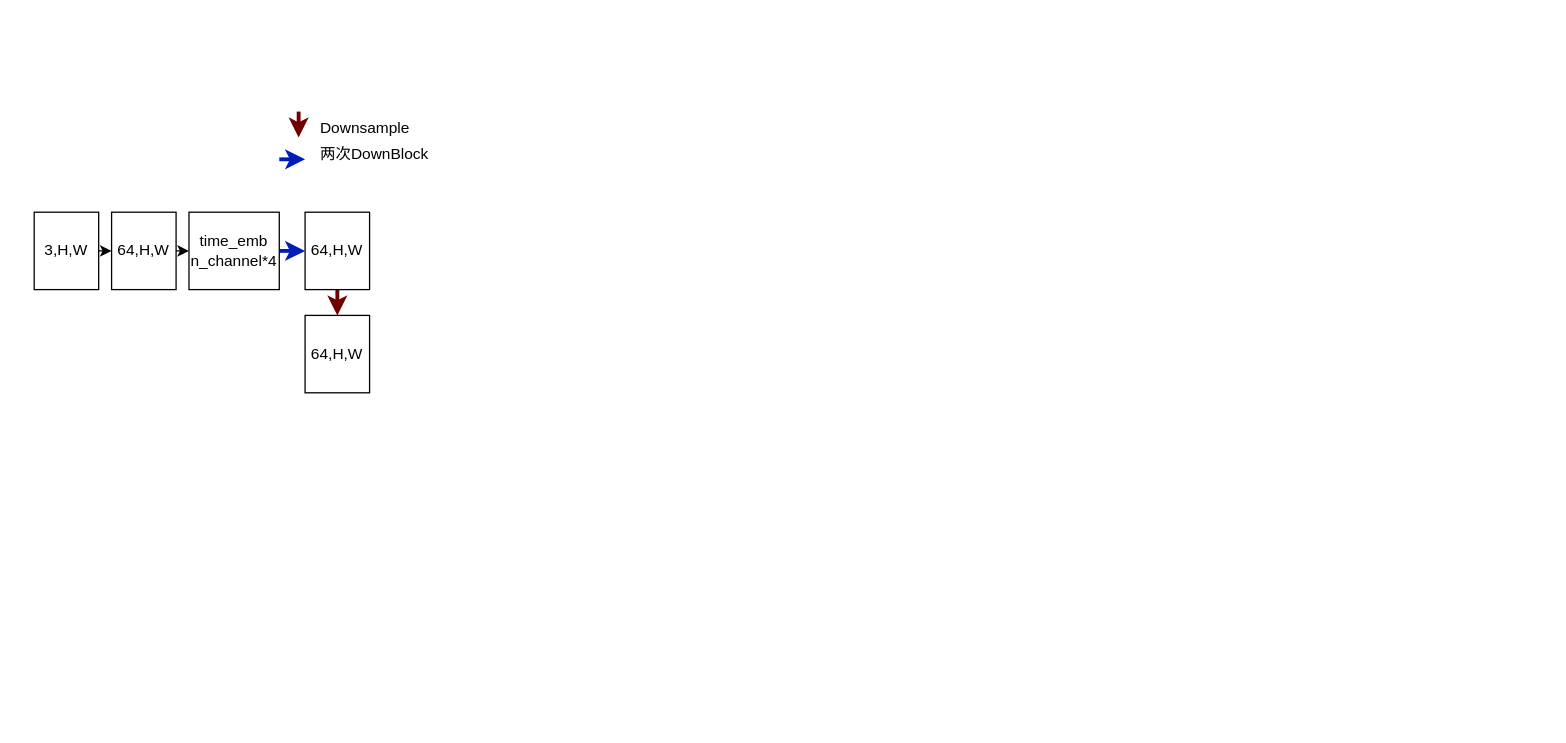
baizhu0414/Diagrams keeps this draw.io diagram as DigitalImageProcessing/DDPM-UNet.drawio. Above is the earlier version. Source tidied: cells renumbered, new cells numbered last; positions are measured from the earlier drawing's top-left corner, leaving out a move shared by most shapes. Both pictures are drawn from the tidied source at 129%, with x=0, y=0 at pixel (34, 108).
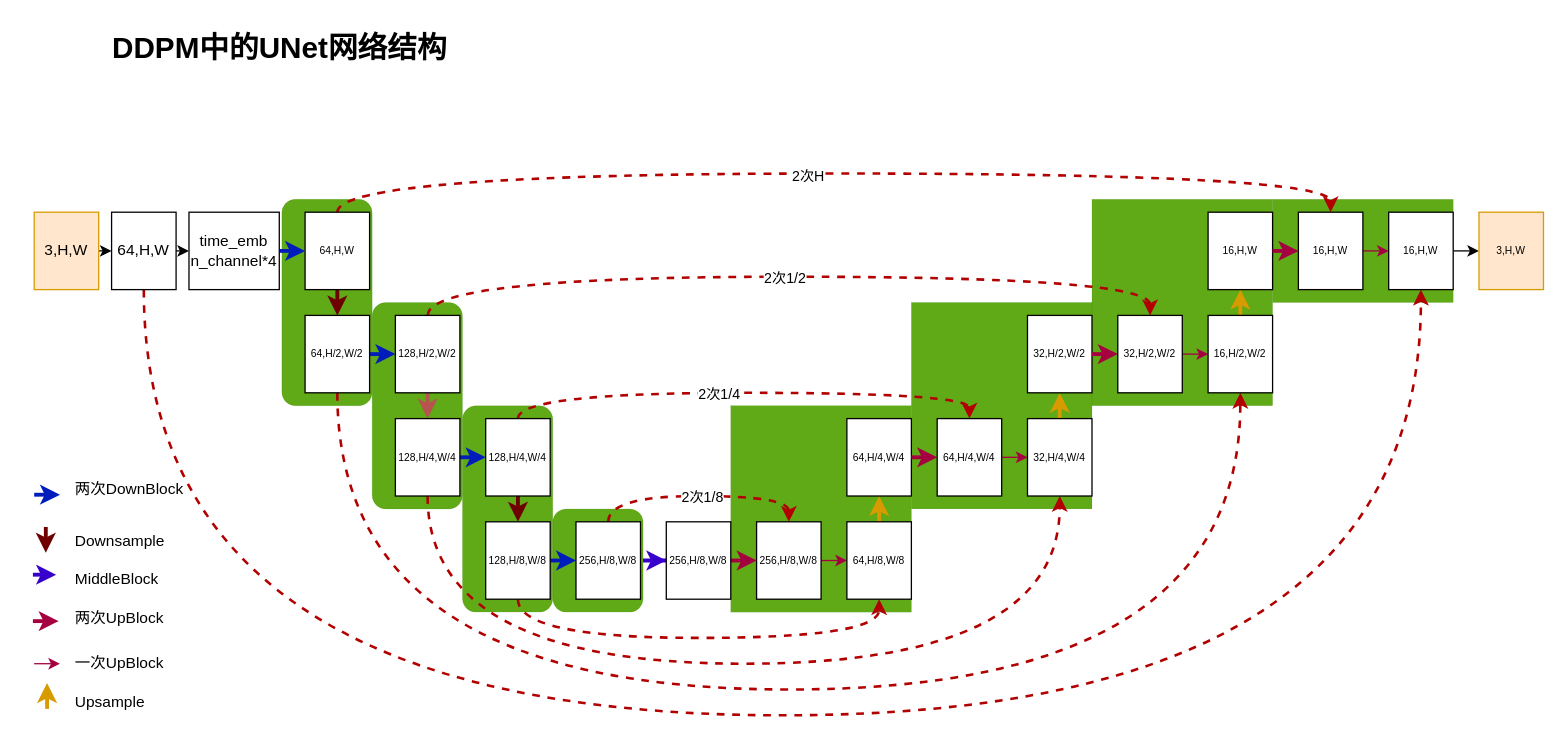
After the change.

The change refers to these unchanged cells:
```xml
<mxCell id="5" value="64,H,W" style="whiteSpace=wrap;html=1;" parent="1" vertex="1">
  <mxGeometry x="60" y="80" width="50" height="60" as="geometry" />
</mxCell>
```

Change to the diagram source:
```diff
@@
+    <mxCell id="15" style="rounded=0;whiteSpace=wrap;html=1;dashed=1;fillColor=#60a917;fontColor=#ffffff;strokeColor=#2D7600;strokeWidth=0;" parent="1" vertex="1">
+      <mxGeometry x="960" y="70" width="140" height="80" as="geometry" />
+    </mxCell>
+    <mxCell id="16" style="rounded=0;whiteSpace=wrap;html=1;dashed=1;fillColor=#60a917;fontColor=#ffffff;strokeColor=#2D7600;strokeWidth=0;" parent="1" vertex="1">
+      <mxGeometry x="820" y="70" width="140" height="160" as="geometry" />
+    </mxCell>
+    <mxCell id="17" style="rounded=0;whiteSpace=wrap;html=1;dashed=1;fillColor=#60a917;fontColor=#ffffff;strokeColor=#2D7600;strokeWidth=0;" parent="1" vertex="1">
+      <mxGeometry x="680" y="150" width="140" height="160" as="geometry" />
+    </mxCell>
+    <mxCell id="18" style="rounded=0;whiteSpace=wrap;html=1;dashed=1;fillColor=#60a917;fontColor=#ffffff;strokeColor=#2D7600;strokeWidth=0;" parent="1" vertex="1">
+      <mxGeometry x="540" y="230" width="140" height="160" as="geometry" />
+    </mxCell>
+    <mxCell id="19" style="edgeStyle=orthogonalEdgeStyle;rounded=0;jettySize=auto;html=1;exitX=1;exitY=0.5;exitDx=0;exitDy=0;fillColor=#6a00ff;strokeColor=#3700CC;strokeWidth=3;" parent="1" edge="1" source="20" target="46">
+      <mxGeometry relative="1" as="geometry" />
+    </mxCell>
+    <mxCell id="20" style="rounded=1;whiteSpace=wrap;html=1;dashed=1;fillColor=#60a917;fontColor=#ffffff;strokeColor=#2D7600;strokeWidth=0;" parent="1" vertex="1">
+      <mxGeometry x="402" y="310" width="70" height="80" as="geometry" />
+    </mxCell>
+    <mxCell id="21" style="rounded=1;whiteSpace=wrap;html=1;dashed=1;fillColor=#60a917;fontColor=#ffffff;strokeColor=#2D7600;strokeWidth=0;" parent="1" vertex="1">
+      <mxGeometry x="332" y="230" width="70" height="160" as="geometry" />
+    </mxCell>
+    <mxCell id="22" style="rounded=1;whiteSpace=wrap;html=1;dashed=1;fillColor=#60a917;fontColor=#ffffff;strokeColor=#2D7600;strokeWidth=0;" parent="1" vertex="1">
+      <mxGeometry x="262" y="150" width="70" height="160" as="geometry" />
+    </mxCell>
+    <mxCell id="23" style="rounded=1;whiteSpace=wrap;html=1;fillColor=#60a917;fontColor=#ffffff;strokeColor=#2D7600;strokeWidth=0;" parent="1" vertex="1">
+      <mxGeometry x="192" y="70" width="70" height="160" as="geometry" />
+    </mxCell>
@@
-    <mxCell id="3" value="3,H,W" style="whiteSpace=wrap;html=1;" parent="1" vertex="1">
+    <mxCell id="3" value="3,H,W" style="whiteSpace=wrap;html=1;fillColor=#ffe6cc;strokeColor=#d79b00;" parent="1" vertex="1">
       <mxGeometry y="80" width="50" height="60" as="geometry" />
     </mxCell>
@@
+    <mxCell id="24" style="edgeStyle=orthogonalEdgeStyle;rounded=0;jettySize=auto;html=1;exitX=0.5;exitY=1;exitDx=0;exitDy=0;entryX=0.5;entryY=1;entryDx=0;entryDy=0;fillColor=#e51400;strokeColor=#B20000;strokeWidth=2;curved=1;dashed=1;" parent="1" edge="1" source="5" target="76">
+      <mxGeometry relative="1" as="geometry">
+        <Array as="points">
+          <mxPoint x="85" y="470" />
+          <mxPoint x="1075" y="470" />
+        </Array>
+      </mxGeometry>
+    </mxCell>
@@
+    <mxCell id="25" style="edgeStyle=orthogonalEdgeStyle;rounded=0;jettySize=auto;html=1;exitX=0.5;exitY=0;exitDx=0;exitDy=0;entryX=0.5;entryY=0;entryDx=0;entryDy=0;fillColor=#e51400;strokeColor=#B20000;curved=1;dashed=1;strokeWidth=2;" parent="1" edge="1" source="7" target="74">
+      <mxGeometry relative="1" as="geometry">
+        <Array as="points">
+          <mxPoint x="235" y="50" />
+          <mxPoint x="1005" y="50" />
+        </Array>
+      </mxGeometry>
+    </mxCell>
+    <mxCell id="26" value="2次H" style="edgeLabel;html=1;align=center;verticalAlign=middle;" parent="25" vertex="1">
+      <mxGeometry x="-0.05" y="-1" relative="1" as="geometry" />
+    </mxCell>
-    <mxCell id="7" value="64,H,W" style="whiteSpace=wrap;html=1;" parent="1" vertex="1">
+    <mxCell id="7" value="64,H,W" style="whiteSpace=wrap;html=1;fontSize=8;" parent="1" vertex="1">
       <mxGeometry x="210" y="80" width="50" height="60" as="geometry" />
     </mxCell>
@@
     <mxCell id="10" style="edgeStyle=orthogonalEdgeStyle;rounded=0;orthogonalLoop=1;jettySize=auto;html=1;exitX=1;exitY=0.5;exitDx=0;exitDy=0;entryX=0;entryY=0.5;entryDx=0;entryDy=0;fillColor=#0050ef;strokeColor=#001DBC;strokeWidth=3;" parent="1" edge="1">
       <mxGeometry relative="1" as="geometry">
-        <mxPoint x="190" y="39" as="sourcePoint" />
-        <mxPoint x="210" y="39" as="targetPoint" />
+        <mxPoint y="299" as="sourcePoint" />
+        <mxPoint x="20" y="299" as="targetPoint" />
       </mxGeometry>
     </mxCell>
     <mxCell id="11" value="两次DownBlock" style="text;html=1;align=left;verticalAlign=middle;strokeColor=none;fillColor=none;" parent="1" vertex="1">
-      <mxGeometry x="220" y="20" width="110" height="30" as="geometry" />
+      <mxGeometry x="30" y="280" width="110" height="30" as="geometry" />
     </mxCell>
+    <mxCell id="27" style="edgeStyle=orthogonalEdgeStyle;rounded=0;jettySize=auto;html=1;exitX=1;exitY=0.5;exitDx=0;exitDy=0;entryX=0;entryY=0.5;entryDx=0;entryDy=0;fillColor=#0050ef;strokeColor=#001DBC;strokeWidth=3;" parent="1" edge="1" source="12" target="31">
+      <mxGeometry relative="1" as="geometry" />
+    </mxCell>
+    <mxCell id="28" style="edgeStyle=orthogonalEdgeStyle;rounded=0;jettySize=auto;html=1;exitX=0.5;exitY=1;exitDx=0;exitDy=0;entryX=0.5;entryY=1;entryDx=0;entryDy=0;startArrow=none;startFill=0;curved=1;dashed=1;fillColor=#e51400;strokeColor=#B20000;strokeWidth=2;" parent="1" edge="1" source="12" target="70">
+      <mxGeometry relative="1" as="geometry">
+        <Array as="points">
+          <mxPoint x="235" y="450" />
+          <mxPoint x="935" y="450" />
+        </Array>
+      </mxGeometry>
+    </mxCell>
-    <mxCell id="12" value="64,H,W" style="whiteSpace=wrap;html=1;" parent="1" vertex="1">
+    <mxCell id="12" value="64,H/2,W/2" style="whiteSpace=wrap;html=1;fontSize=8;" parent="1" vertex="1">
       <mxGeometry x="210" y="160" width="50" height="60" as="geometry" />
     </mxCell>
     <mxCell id="13" style="edgeStyle=orthogonalEdgeStyle;rounded=0;orthogonalLoop=1;jettySize=auto;html=1;exitX=0.5;exitY=1;exitDx=0;exitDy=0;entryX=0.5;entryY=0;entryDx=0;entryDy=0;fillColor=#a20025;strokeColor=#6F0000;strokeWidth=3;" parent="1" edge="1">
       <mxGeometry relative="1" as="geometry">
-        <mxPoint x="205" y="2" as="sourcePoint" />
-        <mxPoint x="205" y="22" as="targetPoint" />
+        <mxPoint x="9" y="324" as="sourcePoint" />
+        <mxPoint x="9" y="344" as="targetPoint" />
       </mxGeometry>
     </mxCell>
     <mxCell id="14" value="Downsample" style="text;html=1;align=left;verticalAlign=middle;strokeColor=none;fillColor=none;" parent="1" vertex="1">
-      <mxGeometry x="220" width="90" height="30" as="geometry" />
+      <mxGeometry x="30" y="320" width="90" height="30" as="geometry" />
     </mxCell>
+    <mxCell id="29" style="edgeStyle=orthogonalEdgeStyle;rounded=0;jettySize=auto;html=1;exitX=0.5;exitY=1;exitDx=0;exitDy=0;entryX=0.5;entryY=0;entryDx=0;entryDy=0;fillColor=#f8cecc;strokeColor=#b85450;strokeWidth=3;" parent="1" edge="1" source="31" target="34">
+      <mxGeometry relative="1" as="geometry" />
+    </mxCell>
+    <mxCell id="30" style="edgeStyle=orthogonalEdgeStyle;rounded=0;jettySize=auto;html=1;exitX=0.5;exitY=0;exitDx=0;exitDy=0;entryX=0.5;entryY=0;entryDx=0;entryDy=0;fillColor=#e51400;strokeColor=#B20000;strokeWidth=2;dashed=1;curved=1;" parent="1" edge="1" source="31" target="68">
+      <mxGeometry relative="1" as="geometry">
+        <Array as="points">
+          <mxPoint x="305" y="130" />
+          <mxPoint x="865" y="130" />
+        </Array>
+      </mxGeometry>
+    </mxCell>
+    <mxCell id="31" value="128,H/2,W/2" style="whiteSpace=wrap;html=1;fontSize=8;" parent="1" vertex="1">
+      <mxGeometry x="280" y="160" width="50" height="60" as="geometry" />
+    </mxCell>
+    <mxCell id="32" style="edgeStyle=orthogonalEdgeStyle;rounded=0;jettySize=auto;html=1;exitX=1;exitY=0.5;exitDx=0;exitDy=0;entryX=0;entryY=0.5;entryDx=0;entryDy=0;fillColor=#0050ef;strokeColor=#001DBC;strokeWidth=3;" parent="1" edge="1" source="34" target="38">
+      <mxGeometry relative="1" as="geometry" />
+    </mxCell>
+    <mxCell id="33" style="edgeStyle=orthogonalEdgeStyle;rounded=0;jettySize=auto;html=1;exitX=0.5;exitY=1;exitDx=0;exitDy=0;entryX=0.5;entryY=1;entryDx=0;entryDy=0;curved=1;fillColor=#e51400;strokeColor=#B20000;strokeWidth=2;dashed=1;" parent="1" edge="1" source="34" target="64">
+      <mxGeometry relative="1" as="geometry">
+        <Array as="points">
+          <mxPoint x="305" y="430" />
+          <mxPoint x="795" y="430" />
+        </Array>
+      </mxGeometry>
+    </mxCell>
+    <mxCell id="34" value="128,H/4,W/4" style="whiteSpace=wrap;html=1;fontSize=8;" parent="1" vertex="1">
+      <mxGeometry x="280" y="240" width="50" height="60" as="geometry" />
+    </mxCell>
+    <mxCell id="35" style="edgeStyle=orthogonalEdgeStyle;rounded=0;jettySize=auto;html=1;exitX=0.5;exitY=1;exitDx=0;exitDy=0;entryX=0.5;entryY=0;entryDx=0;entryDy=0;fillColor=#a20025;strokeColor=#6F0000;strokeWidth=3;" parent="1" edge="1" source="38" target="41">
+      <mxGeometry relative="1" as="geometry" />
+    </mxCell>
+    <mxCell id="36" style="edgeStyle=orthogonalEdgeStyle;rounded=0;jettySize=auto;html=1;exitX=0.5;exitY=0;exitDx=0;exitDy=0;entryX=0.5;entryY=0;entryDx=0;entryDy=0;fillColor=#e51400;strokeColor=#B20000;strokeWidth=2;curved=1;dashed=1;" parent="1" edge="1" source="38" target="62">
+      <mxGeometry relative="1" as="geometry" />
+    </mxCell>
+    <mxCell id="37" value="2次1/2" style="edgeLabel;html=1;align=center;verticalAlign=middle;" parent="36" vertex="1">
+      <mxGeometry x="-0.1" y="2" relative="1" as="geometry">
+        <mxPoint x="50" y="-88" as="offset" />
+      </mxGeometry>
+    </mxCell>
+    <mxCell id="38" value="128,H/4,W/4" style="whiteSpace=wrap;html=1;fontSize=8;" parent="1" vertex="1">
+      <mxGeometry x="350" y="240" width="50" height="60" as="geometry" />
+    </mxCell>
+    <mxCell id="39" style="edgeStyle=orthogonalEdgeStyle;rounded=0;jettySize=auto;html=1;exitX=1;exitY=0.5;exitDx=0;exitDy=0;entryX=0;entryY=0.5;entryDx=0;entryDy=0;fillColor=#0050ef;strokeColor=#001DBC;strokeWidth=3;" parent="1" edge="1" source="41" target="44">
+      <mxGeometry relative="1" as="geometry" />
+    </mxCell>
+    <mxCell id="40" style="edgeStyle=orthogonalEdgeStyle;rounded=0;jettySize=auto;html=1;exitX=0.5;exitY=1;exitDx=0;exitDy=0;entryX=0.5;entryY=1;entryDx=0;entryDy=0;fillColor=#e51400;strokeColor=#B20000;dashed=1;strokeWidth=2;curved=1;" parent="1" edge="1" source="41" target="54">
+      <mxGeometry relative="1" as="geometry">
+        <Array as="points">
+          <mxPoint x="375" y="410" />
+          <mxPoint x="655" y="410" />
+        </Array>
+      </mxGeometry>
+    </mxCell>
+    <mxCell id="41" value="128,H/8,W/8" style="whiteSpace=wrap;html=1;fontSize=8;" parent="1" vertex="1">
+      <mxGeometry x="350" y="320" width="50" height="60" as="geometry" />
+    </mxCell>
+    <mxCell id="42" style="edgeStyle=orthogonalEdgeStyle;rounded=0;jettySize=auto;html=1;exitX=0.5;exitY=0;exitDx=0;exitDy=0;entryX=0.5;entryY=0;entryDx=0;entryDy=0;fillColor=#e51400;strokeColor=#B20000;dashed=1;strokeWidth=2;curved=1;" parent="1" edge="1" source="44" target="50">
+      <mxGeometry relative="1" as="geometry">
+        <Array as="points">
+          <mxPoint x="445" y="300" />
+          <mxPoint x="585" y="300" />
+        </Array>
+      </mxGeometry>
+    </mxCell>
+    <mxCell id="43" value="2次1/8" style="edgeLabel;html=1;align=center;verticalAlign=middle;" parent="42" vertex="1">
+      <mxGeometry x="-0.17" y="1" relative="1" as="geometry">
+        <mxPoint x="17" y="1" as="offset" />
+      </mxGeometry>
+    </mxCell>
+    <mxCell id="44" value="256,H/8,W/8" style="whiteSpace=wrap;html=1;fontSize=8;" parent="1" vertex="1">
+      <mxGeometry x="420" y="320" width="50" height="60" as="geometry" />
+    </mxCell>
+    <mxCell id="45" style="edgeStyle=orthogonalEdgeStyle;rounded=0;jettySize=auto;html=1;exitX=1;exitY=0.5;exitDx=0;exitDy=0;entryX=0;entryY=0.5;entryDx=0;entryDy=0;fillColor=#d80073;strokeColor=#A50040;strokeWidth=3;" parent="1" edge="1" source="46" target="50">
+      <mxGeometry relative="1" as="geometry" />
+    </mxCell>
+    <mxCell id="46" value="256,H/8,W/8" style="whiteSpace=wrap;html=1;fontSize=8;" parent="1" vertex="1">
+      <mxGeometry x="490" y="320" width="50" height="60" as="geometry" />
+    </mxCell>
+    <mxCell id="47" style="edgeStyle=orthogonalEdgeStyle;rounded=0;orthogonalLoop=1;jettySize=auto;html=1;exitX=1;exitY=0.5;exitDx=0;exitDy=0;fillColor=#6a00ff;strokeColor=#3700CC;strokeWidth=3;" parent="1" edge="1">
+      <mxGeometry relative="1" as="geometry">
+        <mxPoint x="-1" y="361" as="sourcePoint" />
+        <mxPoint x="17" y="361" as="targetPoint" />
+      </mxGeometry>
+    </mxCell>
+    <mxCell id="48" value="MiddleBlock" style="text;html=1;align=left;verticalAlign=middle;strokeColor=none;fillColor=none;" parent="1" vertex="1">
+      <mxGeometry x="30" y="350" width="90" height="30" as="geometry" />
+    </mxCell>
+    <mxCell id="49" style="edgeStyle=orthogonalEdgeStyle;rounded=0;jettySize=auto;html=1;exitX=1;exitY=0.5;exitDx=0;exitDy=0;entryX=0;entryY=0.5;entryDx=0;entryDy=0;fillColor=#d80073;strokeColor=#A50040;" parent="1" edge="1" source="50" target="54">
+      <mxGeometry relative="1" as="geometry" />
+    </mxCell>
+    <mxCell id="50" value="256,H/8,W/8" style="whiteSpace=wrap;html=1;fontSize=8;" parent="1" vertex="1">
+      <mxGeometry x="560" y="320" width="50" height="60" as="geometry" />
+    </mxCell>
+    <mxCell id="51" style="edgeStyle=orthogonalEdgeStyle;rounded=0;orthogonalLoop=1;jettySize=auto;html=1;exitX=1;exitY=0.5;exitDx=0;exitDy=0;entryX=0;entryY=0.5;entryDx=0;entryDy=0;fillColor=#d80073;strokeColor=#A50040;strokeWidth=3;" parent="1" edge="1">
+      <mxGeometry relative="1" as="geometry">
+        <mxPoint x="-1" y="397" as="sourcePoint" />
+        <mxPoint x="19" y="397" as="targetPoint" />
+      </mxGeometry>
+    </mxCell>
+    <mxCell id="52" value="两次UpBlock" style="text;html=1;align=left;verticalAlign=middle;strokeColor=none;fillColor=none;" parent="1" vertex="1">
+      <mxGeometry x="30" y="380" width="90" height="30" as="geometry" />
+    </mxCell>
+    <mxCell id="53" style="edgeStyle=orthogonalEdgeStyle;rounded=0;jettySize=auto;html=1;exitX=0.5;exitY=0;exitDx=0;exitDy=0;entryX=0.5;entryY=1;entryDx=0;entryDy=0;fillColor=#ffcd28;strokeColor=#d79b00;strokeWidth=3;gradientColor=#ffa500;" parent="1" edge="1" source="54" target="57">
+      <mxGeometry relative="1" as="geometry" />
+    </mxCell>
+    <mxCell id="54" value="64,H/8,W/8" style="whiteSpace=wrap;html=1;fontSize=8;" parent="1" vertex="1">
+      <mxGeometry x="630" y="320" width="50" height="60" as="geometry" />
+    </mxCell>
+    <mxCell id="55" style="edgeStyle=orthogonalEdgeStyle;rounded=0;orthogonalLoop=1;jettySize=auto;html=1;exitX=1;exitY=0.5;exitDx=0;exitDy=0;entryX=0;entryY=0.5;entryDx=0;entryDy=0;fillColor=#d80073;strokeColor=#A50040;strokeWidth=1;" parent="1" edge="1">
+      <mxGeometry relative="1" as="geometry">
+        <mxPoint y="430" as="sourcePoint" />
+        <mxPoint x="20" y="430" as="targetPoint" />
+      </mxGeometry>
+    </mxCell>
+    <mxCell id="56" value="一次UpBlock" style="text;html=1;align=left;verticalAlign=middle;strokeColor=none;fillColor=none;" parent="1" vertex="1">
+      <mxGeometry x="30" y="415" width="90" height="30" as="geometry" />
+    </mxCell>
+    <mxCell id="57" value="64,H/4,W/4" style="whiteSpace=wrap;html=1;fontSize=8;" parent="1" vertex="1">
+      <mxGeometry x="630" y="240" width="50" height="60" as="geometry" />
+    </mxCell>
+    <mxCell id="58" style="edgeStyle=orthogonalEdgeStyle;rounded=0;orthogonalLoop=1;jettySize=auto;html=1;exitX=0.5;exitY=0;exitDx=0;exitDy=0;entryX=0.5;entryY=1;entryDx=0;entryDy=0;fillColor=#ffcd28;strokeColor=#d79b00;strokeWidth=3;gradientColor=#ffa500;" parent="1" edge="1">
+      <mxGeometry relative="1" as="geometry">
+        <mxPoint x="10" y="465" as="sourcePoint" />
+        <mxPoint x="10" y="445" as="targetPoint" />
+      </mxGeometry>
+    </mxCell>
+    <mxCell id="59" value="Upsample" style="text;html=1;align=left;verticalAlign=middle;strokeColor=none;fillColor=none;" parent="1" vertex="1">
+      <mxGeometry x="30" y="445" width="80" height="30" as="geometry" />
+    </mxCell>
+    <mxCell id="60" style="edgeStyle=orthogonalEdgeStyle;rounded=0;jettySize=auto;html=1;exitX=1;exitY=0.5;exitDx=0;exitDy=0;entryX=0;entryY=0.5;entryDx=0;entryDy=0;fillColor=#d80073;strokeColor=#A50040;strokeWidth=3;" parent="1" edge="1" target="62">
+      <mxGeometry relative="1" as="geometry">
+        <mxPoint x="680" y="270" as="sourcePoint" />
+      </mxGeometry>
+    </mxCell>
+    <mxCell id="61" style="edgeStyle=orthogonalEdgeStyle;rounded=0;jettySize=auto;html=1;exitX=1;exitY=0.5;exitDx=0;exitDy=0;entryX=0;entryY=0.5;entryDx=0;entryDy=0;fillColor=#d80073;strokeColor=#A50040;" parent="1" edge="1" source="62" target="64">
+      <mxGeometry relative="1" as="geometry" />
+    </mxCell>
+    <mxCell id="62" value="64,H/4,W/4" style="whiteSpace=wrap;html=1;fontSize=8;" parent="1" vertex="1">
+      <mxGeometry x="700" y="240" width="50" height="60" as="geometry" />
+    </mxCell>
+    <mxCell id="63" style="edgeStyle=orthogonalEdgeStyle;rounded=0;jettySize=auto;html=1;exitX=0.5;exitY=0;exitDx=0;exitDy=0;entryX=0.5;entryY=1;entryDx=0;entryDy=0;fillColor=#ffcd28;strokeColor=#d79b00;strokeWidth=3;gradientColor=#ffa500;" parent="1" edge="1" source="64" target="65">
+      <mxGeometry relative="1" as="geometry" />
+    </mxCell>
+    <mxCell id="64" value="32,H/4,W/4" style="whiteSpace=wrap;html=1;fontSize=8;" parent="1" vertex="1">
+      <mxGeometry x="770" y="240" width="50" height="60" as="geometry" />
+    </mxCell>
+    <mxCell id="65" value="32,H/2,W/2" style="whiteSpace=wrap;html=1;fontSize=8;" parent="1" vertex="1">
+      <mxGeometry x="770" y="160" width="50" height="60" as="geometry" />
+    </mxCell>
+    <mxCell id="66" style="edgeStyle=orthogonalEdgeStyle;rounded=0;jettySize=auto;html=1;exitX=1;exitY=0.5;exitDx=0;exitDy=0;entryX=0;entryY=0.5;entryDx=0;entryDy=0;fillColor=#d80073;strokeColor=#A50040;strokeWidth=3;" parent="1" edge="1" target="68">
+      <mxGeometry relative="1" as="geometry">
+        <mxPoint x="820" y="190" as="sourcePoint" />
+      </mxGeometry>
+    </mxCell>
+    <mxCell id="67" style="edgeStyle=orthogonalEdgeStyle;rounded=0;jettySize=auto;html=1;exitX=1;exitY=0.5;exitDx=0;exitDy=0;entryX=0;entryY=0.5;entryDx=0;entryDy=0;fillColor=#d80073;strokeColor=#A50040;" parent="1" edge="1" source="68" target="70">
+      <mxGeometry relative="1" as="geometry" />
+    </mxCell>
+    <mxCell id="68" value="32,H/2,W/2" style="whiteSpace=wrap;html=1;fontSize=8;" parent="1" vertex="1">
+      <mxGeometry x="840" y="160" width="50" height="60" as="geometry" />
+    </mxCell>
+    <mxCell id="69" style="edgeStyle=orthogonalEdgeStyle;rounded=0;jettySize=auto;html=1;exitX=0.5;exitY=0;exitDx=0;exitDy=0;entryX=0.5;entryY=1;entryDx=0;entryDy=0;fillColor=#ffcd28;strokeColor=#d79b00;strokeWidth=3;gradientColor=#ffa500;" parent="1" edge="1" source="70" target="71">
+      <mxGeometry relative="1" as="geometry" />
+    </mxCell>
+    <mxCell id="70" value="16,H/2,W/2" style="whiteSpace=wrap;html=1;fontSize=8;" parent="1" vertex="1">
+      <mxGeometry x="910" y="160" width="50" height="60" as="geometry" />
+    </mxCell>
+    <mxCell id="71" value="16,H,W" style="whiteSpace=wrap;html=1;fontSize=8;" parent="1" vertex="1">
+      <mxGeometry x="910" y="80" width="50" height="60" as="geometry" />
+    </mxCell>
+    <mxCell id="72" style="edgeStyle=orthogonalEdgeStyle;rounded=0;jettySize=auto;html=1;exitX=1;exitY=0.5;exitDx=0;exitDy=0;entryX=0;entryY=0.5;entryDx=0;entryDy=0;fillColor=#d80073;strokeColor=#A50040;strokeWidth=3;" parent="1" edge="1" target="74">
+      <mxGeometry relative="1" as="geometry">
+        <mxPoint x="960" y="110" as="sourcePoint" />
+      </mxGeometry>
+    </mxCell>
+    <mxCell id="73" style="edgeStyle=orthogonalEdgeStyle;rounded=0;jettySize=auto;html=1;exitX=1;exitY=0.5;exitDx=0;exitDy=0;entryX=0;entryY=0.5;entryDx=0;entryDy=0;fillColor=#d80073;strokeColor=#A50040;" parent="1" edge="1" source="74" target="76">
+      <mxGeometry relative="1" as="geometry" />
+    </mxCell>
+    <mxCell id="74" value="16,H,W" style="whiteSpace=wrap;html=1;fontSize=8;" parent="1" vertex="1">
+      <mxGeometry x="980" y="80" width="50" height="60" as="geometry" />
+    </mxCell>
+    <mxCell id="75" style="edgeStyle=orthogonalEdgeStyle;rounded=0;jettySize=auto;html=1;exitX=1;exitY=0.5;exitDx=0;exitDy=0;entryX=0;entryY=0.5;entryDx=0;entryDy=0;" parent="1" edge="1" source="76" target="77">
+      <mxGeometry relative="1" as="geometry" />
+    </mxCell>
+    <mxCell id="76" value="16,H,W" style="whiteSpace=wrap;html=1;fontSize=8;" parent="1" vertex="1">
+      <mxGeometry x="1050" y="80" width="50" height="60" as="geometry" />
+    </mxCell>
+    <mxCell id="77" value="3,H,W" style="whiteSpace=wrap;html=1;fontSize=8;fillColor=#ffe6cc;strokeColor=#d79b00;" parent="1" vertex="1">
+      <mxGeometry x="1120" y="80" width="50" height="60" as="geometry" />
+    </mxCell>
+    <mxCell id="78" value="2次1/4" style="edgeLabel;html=1;align=center;verticalAlign=middle;" parent="1" vertex="1">
+      <mxGeometry x="530" y="220" as="geometry" />
+    </mxCell>
+    <mxCell id="79" value="&lt;b&gt;&lt;font style=&quot;font-size: 23px;&quot;&gt;DDPM中的UNet网络结构&lt;/font&gt;&lt;/b&gt;" style="text;html=1;align=center;verticalAlign=middle;strokeColor=none;fillColor=none;" parent="1" vertex="1">
+      <mxGeometry x="50" y="-67" width="280" height="40" as="geometry" />
+    </mxCell>
```
